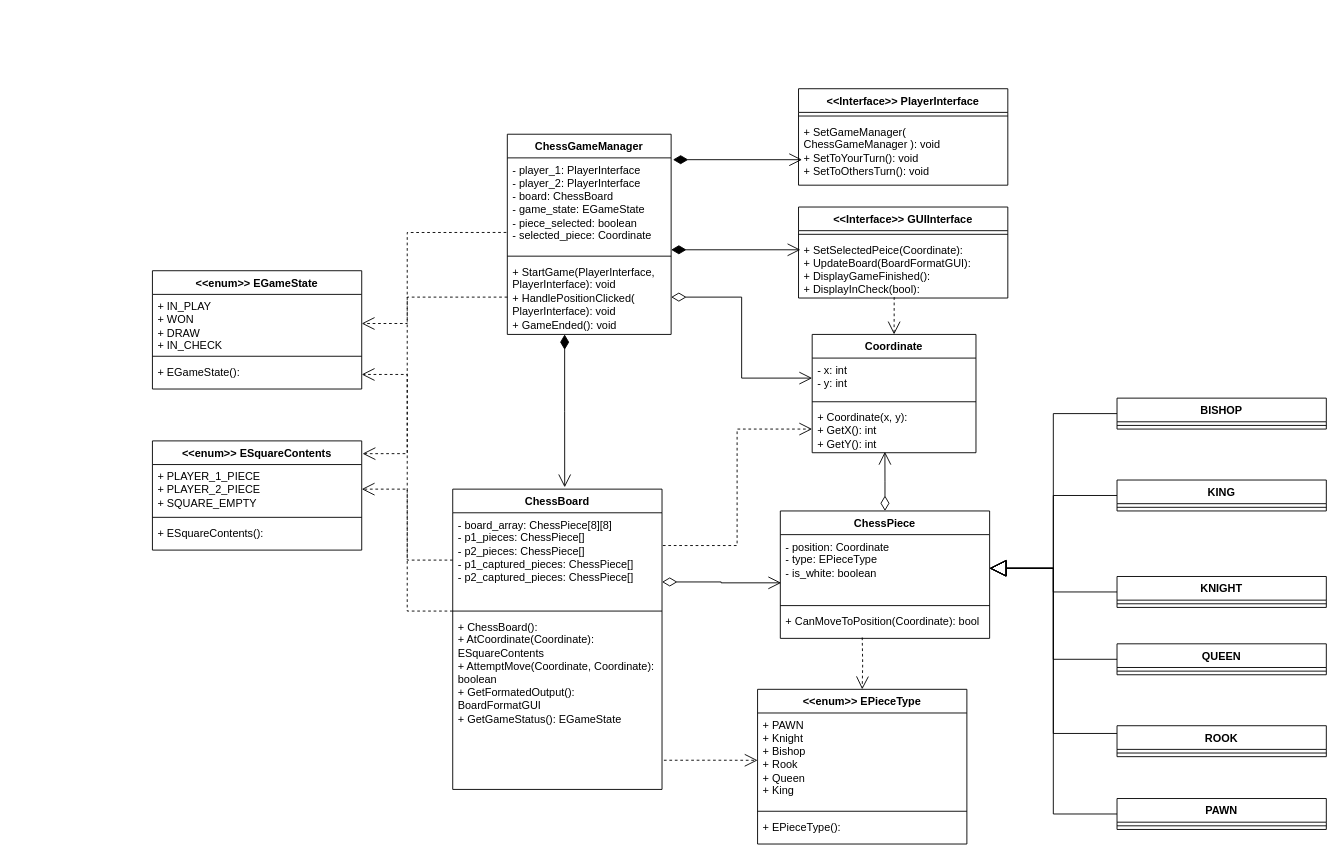
itspavit/GameLibrary keeps this draw.io diagram as Game Logic Team/documentation/Chess/P1_Chess_Class_diagram.drawio. Above is the earlier version. Source tidied: cells renumbered, new cells numbered last; positions are measured from the earlier drawing's top-left corner, leaving out a move shared by most shapes. Both pictures are drawn from the tidied source at 91%, with x=0, y=0 at pixel (152, 88).
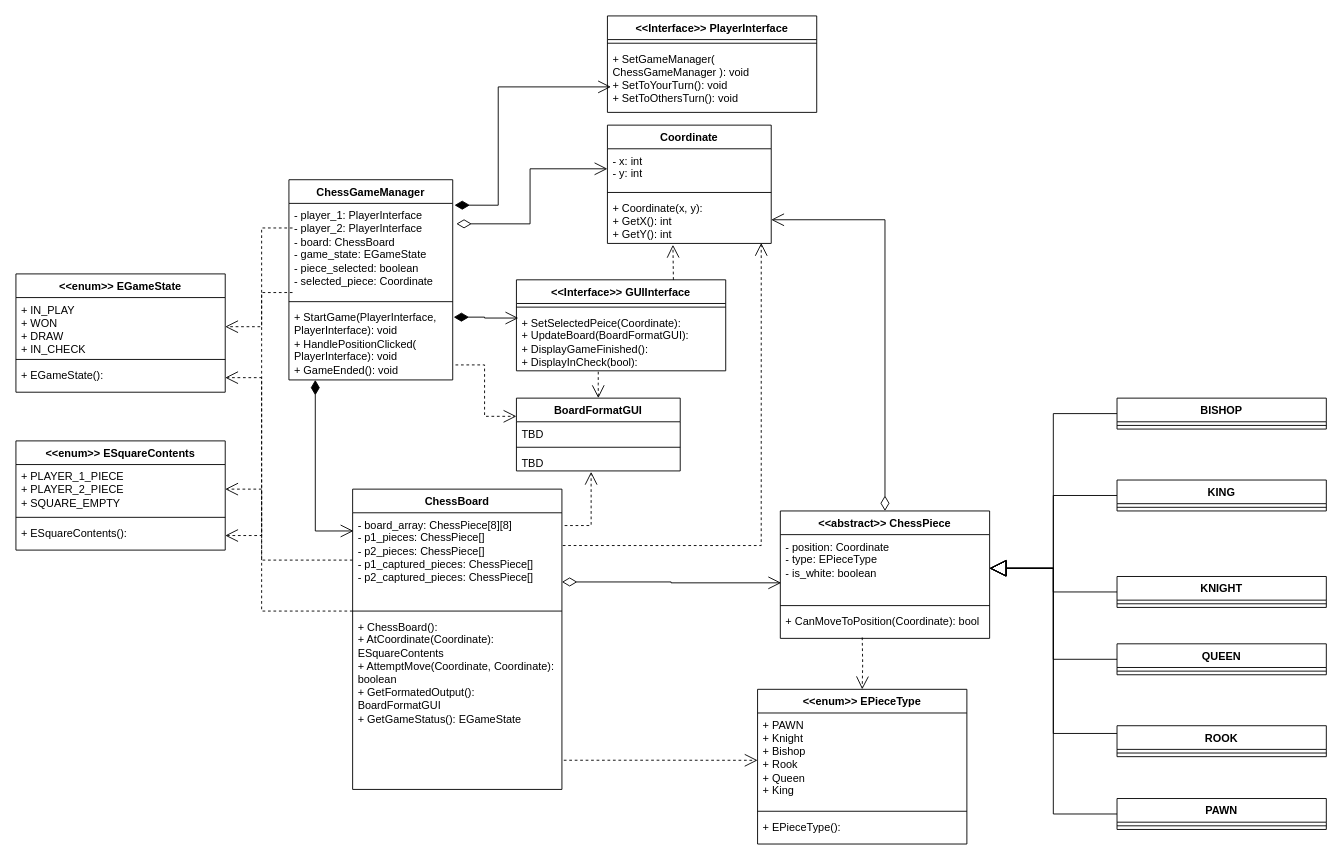
The same diagram, later.

Commit message (it also covers changes not shown here):
minor modifications to the Chess Class diagram

Unchanged cells that the change refers to:
```xml
<mxCell id="3" value="- player_1: PlayerInterface&lt;div&gt;- player_2: PlayerInterface&lt;/div&gt;&lt;div&gt;- board: ChessBoard&lt;/div&gt;&lt;div&gt;- game_state: EGameState&lt;/div&gt;&lt;div&gt;- piece_selected: boolean&lt;/div&gt;&lt;div&gt;- selected_piece: Coordinate&lt;/div&gt;" style="text;strokeColor=none;fillColor=none;align=left;verticalAlign=top;spacingLeft=4;spacingRight=4;overflow=hidden;points=[[0,0.5],[1,0.5]];portConstraint=eastwest;whiteSpace=wrap;html=1;" parent="2" vertex="1">
  <mxGeometry y="26" width="180" height="104" as="geometry" />
</mxCell>
<mxCell id="5" value="+ StartGame(PlayerInterface, PlayerInterface): void&lt;div&gt;+ HandlePositionClicked( PlayerInterface): void&lt;/div&gt;&lt;div&gt;+ GameEnded(): void&lt;/div&gt;" style="text;strokeColor=none;fillColor=none;align=left;verticalAlign=top;spacingLeft=4;spacingRight=4;overflow=hidden;points=[[0,0.5],[1,0.5]];portConstraint=eastwest;whiteSpace=wrap;html=1;" parent="2" vertex="1">
  <mxGeometry y="138" width="180" height="82" as="geometry" />
</mxCell>
<mxCell id="7" value="+ IN_PLAY&lt;div&gt;+ WON&lt;/div&gt;&lt;div&gt;+ DRAW&lt;/div&gt;&lt;div&gt;+ IN_CHECK&lt;/div&gt;" style="text;strokeColor=none;fillColor=none;align=left;verticalAlign=top;spacingLeft=4;spacingRight=4;overflow=hidden;points=[[0,0.5],[1,0.5]];portConstraint=eastwest;whiteSpace=wrap;html=1;" parent="6" vertex="1">
  <mxGeometry y="26" width="230" height="64" as="geometry" />
</mxCell>
<mxCell id="9" value="+ EGameState():&lt;div&gt;&lt;br&gt;&lt;/div&gt;" style="text;strokeColor=none;fillColor=none;align=left;verticalAlign=top;spacingLeft=4;spacingRight=4;overflow=hidden;points=[[0,0.5],[1,0.5]];portConstraint=eastwest;whiteSpace=wrap;html=1;" parent="6" vertex="1">
  <mxGeometry y="98" width="230" height="32" as="geometry" />
</mxCell>
<mxCell id="12" value="+ SetGameManager( ChessGameManager ): void&lt;div&gt;+ SetToYourTurn(): void&lt;/div&gt;&lt;div&gt;+ SetToOthersTurn(): void&lt;br&gt;&lt;div&gt;&amp;nbsp;&lt;/div&gt;&lt;/div&gt;" style="text;strokeColor=none;fillColor=none;align=left;verticalAlign=top;spacingLeft=4;spacingRight=4;overflow=hidden;points=[[0,0.5],[1,0.5]];portConstraint=eastwest;whiteSpace=wrap;html=1;" parent="10" vertex="1">
  <mxGeometry y="34" width="230" height="72" as="geometry" />
</mxCell>
<mxCell id="15" value="+ SetSelectedPeice(Coordinate):&lt;span style=&quot;background-color: initial;&quot;&gt;&amp;nbsp;&lt;/span&gt;&lt;div&gt;+ UpdateBoard(BoardFormatGUI):&lt;/div&gt;&lt;div&gt;+ DisplayGameFinished():&lt;/div&gt;&lt;div&gt;+ DisplayInCheck(bool):&lt;/div&gt;" style="text;strokeColor=none;fillColor=none;align=left;verticalAlign=top;spacingLeft=4;spacingRight=4;overflow=hidden;points=[[0,0.5],[1,0.5]];portConstraint=eastwest;whiteSpace=wrap;html=1;" parent="13" vertex="1">
  <mxGeometry y="34" width="230" height="66" as="geometry" />
</mxCell>
<mxCell id="17" value="- board_array: ChessPiece[8][8]&lt;div&gt;- p1_pieces: ChessPiece[]&lt;/div&gt;&lt;div&gt;- p2_pieces: ChessPiece[]&lt;/div&gt;&lt;div&gt;- p1_captured_pieces: ChessPiece[]&lt;/div&gt;&lt;div&gt;- p2_captured_pieces: ChessPiece[]&lt;/div&gt;" style="text;strokeColor=none;fillColor=none;align=left;verticalAlign=top;spacingLeft=4;spacingRight=4;overflow=hidden;points=[[0,0.5],[1,0.5]];portConstraint=eastwest;whiteSpace=wrap;html=1;" parent="16" vertex="1">
  <mxGeometry y="26" width="230" height="104" as="geometry" />
</mxCell>
<mxCell id="18" style="line;strokeWidth=1;fillColor=none;align=left;verticalAlign=middle;spacingTop=-1;spacingLeft=3;spacingRight=3;labelPosition=right;points=[];portConstraint=eastwest;strokeColor=inherit;" parent="16" vertex="1">
  <mxGeometry y="130" width="230" height="8" as="geometry" />
</mxCell>
<mxCell id="21" value="+ PLAYER_1_PIECE&lt;div&gt;+ PLAYER_2_PIECE&lt;/div&gt;&lt;div&gt;+ SQUARE_EMPTY&lt;/div&gt;" style="text;strokeColor=none;fillColor=none;align=left;verticalAlign=top;spacingLeft=4;spacingRight=4;overflow=hidden;points=[[0,0.5],[1,0.5]];portConstraint=eastwest;whiteSpace=wrap;html=1;" parent="20" vertex="1">
  <mxGeometry y="26" width="230" height="54" as="geometry" />
</mxCell>
<mxCell id="23" value="&lt;div&gt;+ ESquareContents():&lt;/div&gt;" style="text;strokeColor=none;fillColor=none;align=left;verticalAlign=top;spacingLeft=4;spacingRight=4;overflow=hidden;points=[[0,0.5],[1,0.5]];portConstraint=eastwest;whiteSpace=wrap;html=1;" parent="20" vertex="1">
  <mxGeometry y="88" width="230" height="32" as="geometry" />
</mxCell>
<mxCell id="25" value="- x: int&lt;div&gt;- y: int&lt;/div&gt;" style="text;strokeColor=none;fillColor=none;align=left;verticalAlign=top;spacingLeft=4;spacingRight=4;overflow=hidden;points=[[0,0.5],[1,0.5]];portConstraint=eastwest;whiteSpace=wrap;html=1;" parent="24" vertex="1">
  <mxGeometry y="26" width="180" height="44" as="geometry" />
</mxCell>
<mxCell id="27" value="+ Coordinate(x, y):&lt;div&gt;+ GetX(): int&lt;/div&gt;&lt;div&gt;+ GetY(): int&lt;/div&gt;" style="text;strokeColor=none;fillColor=none;align=left;verticalAlign=top;spacingLeft=4;spacingRight=4;overflow=hidden;points=[[0,0.5],[1,0.5]];portConstraint=eastwest;whiteSpace=wrap;html=1;" parent="24" vertex="1">
  <mxGeometry y="78" width="180" height="52" as="geometry" />
</mxCell>
```

What changed in the source:
```diff
@@
     <mxCell id="2" value="ChessGameManager" style="swimlane;fontStyle=1;align=center;verticalAlign=top;horizontal=1;startSize=26;whiteSpace=wrap;html=1;" parent="1" vertex="1">
-      <mxGeometry x="390" y="50" width="180" height="220" as="geometry" />
+      <mxGeometry x="150" y="100" width="180" height="220" as="geometry" />
     </mxCell>
@@
     <mxCell id="6" value="&amp;lt;&amp;lt;enum&amp;gt;&amp;gt; EGameState" style="swimlane;fontStyle=1;align=center;verticalAlign=top;horizontal=1;startSize=26;whiteSpace=wrap;html=1;" parent="1" vertex="1">
-      <mxGeometry y="200" width="230" height="130" as="geometry" />
+      <mxGeometry x="-150" y="203.5" width="230" height="130" as="geometry" />
     </mxCell>
@@
     <mxCell id="10" value="&amp;lt;&amp;lt;Interface&amp;gt;&amp;gt; PlayerInterface" style="swimlane;fontStyle=1;align=center;verticalAlign=top;horizontal=1;startSize=26;whiteSpace=wrap;html=1;" parent="1" vertex="1">
-      <mxGeometry x="710" width="230" height="106" as="geometry" />
+      <mxGeometry x="500" y="-80" width="230" height="106" as="geometry" />
     </mxCell>
@@
     <mxCell id="13" value="&amp;lt;&amp;lt;Interface&amp;gt;&amp;gt; GUIInterface" style="swimlane;fontStyle=1;align=center;verticalAlign=top;horizontal=1;startSize=26;whiteSpace=wrap;html=1;" parent="1" vertex="1">
-      <mxGeometry x="710" y="130" width="230" height="100" as="geometry" />
+      <mxGeometry x="400" y="210" width="230" height="100" as="geometry" />
     </mxCell>
@@
     <mxCell id="16" value="ChessBoard" style="swimlane;fontStyle=1;align=center;verticalAlign=top;horizontal=1;startSize=26;whiteSpace=wrap;html=1;" parent="1" vertex="1">
-      <mxGeometry x="330" y="440" width="230" height="330" as="geometry" />
+      <mxGeometry x="220" y="440" width="230" height="330" as="geometry" />
     </mxCell>
@@
     <mxCell id="20" value="&amp;lt;&amp;lt;enum&amp;gt;&amp;gt; ESquareContents" style="swimlane;fontStyle=1;align=center;verticalAlign=top;horizontal=1;startSize=26;whiteSpace=wrap;html=1;" parent="1" vertex="1">
-      <mxGeometry y="387" width="230" height="120" as="geometry" />
+      <mxGeometry x="-150" y="387" width="230" height="120" as="geometry" />
     </mxCell>
@@
     <mxCell id="24" value="Coordinate" style="swimlane;fontStyle=1;align=center;verticalAlign=top;horizontal=1;startSize=26;whiteSpace=wrap;html=1;" parent="1" vertex="1">
-      <mxGeometry x="725" y="270" width="180" height="130" as="geometry" />
+      <mxGeometry x="500" y="40" width="180" height="130" as="geometry" />
     </mxCell>
@@
-    <mxCell id="28" value="ChessPiece" style="swimlane;fontStyle=1;align=center;verticalAlign=top;horizontal=1;startSize=26;whiteSpace=wrap;html=1;" parent="1" vertex="1">
+    <mxCell id="28" value="&amp;lt;&amp;lt;abstract&amp;gt;&amp;gt; ChessPiece" style="swimlane;fontStyle=1;align=center;verticalAlign=top;horizontal=1;startSize=26;whiteSpace=wrap;html=1;" parent="1" vertex="1">
       <mxGeometry x="690" y="464" width="230" height="140" as="geometry" />
     </mxCell>
@@
-    <mxCell id="48" style="endArrow=open;html=1;endSize=12;startArrow=diamondThin;startSize=14;startFill=1;align=left;verticalAlign=bottom;rounded=0;exitX=1;exitY=0.971;exitDx=0;exitDy=0;entryX=0.009;entryY=0.197;entryDx=0;entryDy=0;exitPerimeter=0;edgeStyle=orthogonalEdgeStyle;entryPerimeter=0;" parent="1" edge="1" source="3" target="15">
+    <mxCell id="48" style="endArrow=open;html=1;endSize=12;startArrow=diamondThin;startSize=14;startFill=1;align=left;verticalAlign=bottom;rounded=0;exitX=1.006;exitY=0.159;exitDx=0;exitDy=0;entryX=0.009;entryY=0.121;entryDx=0;entryDy=0;exitPerimeter=0;edgeStyle=orthogonalEdgeStyle;entryPerimeter=0;" parent="1" edge="1" source="5" target="15">
       <mxGeometry x="-0.19" y="44" relative="1" as="geometry" />
     </mxCell>
-    <mxCell id="49" style="endArrow=open;html=1;endSize=12;startArrow=diamondThin;startSize=14;startFill=1;align=left;verticalAlign=bottom;rounded=0;exitX=1.011;exitY=0.019;exitDx=0;exitDy=0;exitPerimeter=0;entryX=0.017;entryY=0.611;entryDx=0;entryDy=0;edgeStyle=orthogonalEdgeStyle;entryPerimeter=0;" parent="1" edge="1" source="3" target="12">
-      <mxGeometry x="-0.19" y="44" relative="1" as="geometry" />
+    <mxCell id="49" style="endArrow=open;html=1;endSize=12;startArrow=diamondThin;startSize=14;startFill=1;align=left;verticalAlign=bottom;rounded=0;exitX=1.011;exitY=0.019;exitDx=0;exitDy=0;exitPerimeter=0;entryX=0.017;entryY=0.611;entryDx=0;entryDy=0;entryPerimeter=0;edgeStyle=orthogonalEdgeStyle;" parent="1" edge="1" source="3" target="12">
+      <mxGeometry x="-0.19" y="44" relative="1" as="geometry">
+        <Array as="points">
+          <mxPoint x="380" y="128" />
+          <mxPoint x="380" y="-2" />
+        </Array>
+      </mxGeometry>
     </mxCell>
-    <mxCell id="50" style="endArrow=open;html=1;endSize=12;startArrow=diamondThin;startSize=14;startFill=1;align=left;verticalAlign=bottom;rounded=0;exitX=0.35;exitY=1;exitDx=0;exitDy=0;exitPerimeter=0;entryX=0.535;entryY=-0.006;entryDx=0;entryDy=0;edgeStyle=orthogonalEdgeStyle;entryPerimeter=0;" parent="1" edge="1" source="5" target="16">
-      <mxGeometry x="-0.19" y="44" relative="1" as="geometry" />
-    </mxCell>
@@
-    <mxCell id="60" style="endArrow=open;html=1;endSize=12;startArrow=diamondThin;startSize=14;startFill=0;edgeStyle=orthogonalEdgeStyle;align=left;verticalAlign=bottom;rounded=0;exitX=0.5;exitY=0;exitDx=0;exitDy=0;entryX=0.444;entryY=0.981;entryDx=0;entryDy=0;entryPerimeter=0;" parent="1" edge="1" source="28" target="27">
-      <mxGeometry x="-1" y="3" relative="1" as="geometry" />
-    </mxCell>
-    <mxCell id="61" style="endArrow=open;html=1;endSize=12;startArrow=diamondThin;startSize=14;startFill=0;edgeStyle=orthogonalEdgeStyle;align=left;verticalAlign=bottom;rounded=0;exitX=1;exitY=0.5;exitDx=0;exitDy=0;entryX=0;entryY=0.5;entryDx=0;entryDy=0;" parent="1" edge="1" source="5" target="25">
+    <mxCell id="61" style="endArrow=open;html=1;endSize=12;startArrow=diamondThin;startSize=14;startFill=0;align=left;verticalAlign=bottom;rounded=0;exitX=1.022;exitY=0.216;exitDx=0;exitDy=0;entryX=0;entryY=0.5;entryDx=0;entryDy=0;edgeStyle=orthogonalEdgeStyle;exitPerimeter=0;" parent="1" edge="1" source="3" target="25">
       <mxGeometry x="-1" y="3" relative="1" as="geometry" />
     </mxCell>
-    <mxCell id="62" style="endArrow=open;endSize=12;dashed=1;html=1;rounded=0;exitX=1.004;exitY=0.346;exitDx=0;exitDy=0;entryX=0;entryY=0.5;entryDx=0;entryDy=0;edgeStyle=orthogonalEdgeStyle;exitPerimeter=0;" parent="1" edge="1" source="17" target="27">
+    <mxCell id="62" style="endArrow=open;endSize=12;dashed=1;html=1;rounded=0;exitX=1.004;exitY=0.346;exitDx=0;exitDy=0;entryX=0.939;entryY=0.99;entryDx=0;entryDy=0;edgeStyle=orthogonalEdgeStyle;exitPerimeter=0;entryPerimeter=0;" parent="1" edge="1" source="17" target="27">
       <mxGeometry relative="1" as="geometry" />
     </mxCell>
-    <mxCell id="63" style="endArrow=open;endSize=12;dashed=1;html=1;rounded=0;exitX=0.457;exitY=0.985;exitDx=0;exitDy=0;entryX=0.5;entryY=0;entryDx=0;entryDy=0;edgeStyle=orthogonalEdgeStyle;exitPerimeter=0;" parent="1" edge="1" source="15" target="24">
-      <mxGeometry relative="1" as="geometry" />
-    </mxCell>
-    <mxCell id="64" style="endArrow=open;endSize=12;dashed=1;html=1;rounded=0;exitX=-0.006;exitY=0.788;exitDx=0;exitDy=0;entryX=1.004;entryY=0.117;entryDx=0;entryDy=0;edgeStyle=orthogonalEdgeStyle;exitPerimeter=0;entryPerimeter=0;" parent="1" edge="1" source="3" target="20">
-      <mxGeometry relative="1" as="geometry">
-        <Array as="points">
-          <mxPoint x="280" y="158" />
-          <mxPoint x="280" y="401" />
-        </Array>
-      </mxGeometry>
-    </mxCell>
     <mxCell id="65" style="endArrow=open;endSize=12;dashed=1;html=1;rounded=0;exitX=0;exitY=0.5;exitDx=0;exitDy=0;edgeStyle=orthogonalEdgeStyle;entryX=1;entryY=0.5;entryDx=0;entryDy=0;" parent="1" edge="1" source="17" target="9">
-      <mxGeometry relative="1" as="geometry" />
+      <mxGeometry relative="1" as="geometry">
+        <Array as="points">
+          <mxPoint x="120" y="518" />
+          <mxPoint x="120" y="318" />
+        </Array>
+      </mxGeometry>
     </mxCell>
     <mxCell id="66" style="endArrow=open;endSize=12;dashed=1;html=1;rounded=0;edgeStyle=orthogonalEdgeStyle;entryX=1;entryY=0.5;entryDx=0;entryDy=0;" parent="1" edge="1" source="18" target="21">
-      <mxGeometry relative="1" as="geometry" />
+      <mxGeometry relative="1" as="geometry">
+        <Array as="points">
+          <mxPoint x="120" y="574" />
+          <mxPoint x="120" y="440" />
+        </Array>
+      </mxGeometry>
     </mxCell>
-    <mxCell id="67" style="endArrow=open;endSize=12;dashed=1;html=1;rounded=0;edgeStyle=orthogonalEdgeStyle;entryX=1;entryY=0.5;entryDx=0;entryDy=0;exitX=0;exitY=0.5;exitDx=0;exitDy=0;" parent="1" edge="1" source="5" target="7">
-      <mxGeometry relative="1" as="geometry">
-        <Array as="points">
-          <mxPoint x="280" y="229" />
-          <mxPoint x="280" y="258" />
-        </Array>
-      </mxGeometry>
-    </mxCell>
+    <mxCell id="68" value="BoardFormatGUI" style="swimlane;fontStyle=1;align=center;verticalAlign=top;horizontal=1;startSize=26;whiteSpace=wrap;html=1;" parent="1" vertex="1">
+      <mxGeometry x="400" y="340" width="180" height="80" as="geometry" />
+    </mxCell>
+    <mxCell id="69" value="TBD" style="text;strokeColor=none;fillColor=none;align=left;verticalAlign=top;spacingLeft=4;spacingRight=4;overflow=hidden;whiteSpace=wrap;html=1;" parent="68" vertex="1">
+      <mxGeometry y="26" width="180" height="24" as="geometry" />
+    </mxCell>
+    <mxCell id="70" style="line;strokeWidth=1;fillColor=none;align=left;verticalAlign=middle;spacingTop=-1;spacingLeft=3;spacingRight=3;labelPosition=right;strokeColor=inherit;" parent="68" vertex="1">
+      <mxGeometry y="50" width="180" height="8" as="geometry" />
+    </mxCell>
+    <mxCell id="71" value="TBD" style="text;strokeColor=none;fillColor=none;align=left;verticalAlign=top;spacingLeft=4;spacingRight=4;overflow=hidden;points=[[0,0.5],[1,0.5]];portConstraint=eastwest;whiteSpace=wrap;html=1;" parent="68" vertex="1">
+      <mxGeometry y="58" width="180" height="22" as="geometry" />
+    </mxCell>
+    <mxCell id="72" style="endArrow=open;endSize=12;dashed=1;html=1;rounded=0;exitX=0.75;exitY=0;exitDx=0;exitDy=0;entryX=0.4;entryY=1.029;entryDx=0;entryDy=0;entryPerimeter=0;" parent="1" edge="1" source="13" target="27">
+      <mxGeometry relative="1" as="geometry" />
+    </mxCell>
+    <mxCell id="73" style="endArrow=open;endSize=12;dashed=1;html=1;rounded=0;exitX=1.017;exitY=0.799;exitDx=0;exitDy=0;entryX=0;entryY=0.25;entryDx=0;entryDy=0;edgeStyle=orthogonalEdgeStyle;exitPerimeter=0;" parent="1" edge="1" source="5" target="68">
+      <mxGeometry relative="1" as="geometry" />
+    </mxCell>
+    <mxCell id="74" style="endArrow=open;endSize=12;dashed=1;html=1;rounded=0;exitX=1.013;exitY=0.135;exitDx=0;exitDy=0;exitPerimeter=0;entryX=0.456;entryY=1.045;entryDx=0;entryDy=0;entryPerimeter=0;edgeStyle=orthogonalEdgeStyle;" parent="1" edge="1" source="17" target="71">
+      <mxGeometry relative="1" as="geometry" />
+    </mxCell>
+    <mxCell id="75" style="endArrow=open;endSize=12;dashed=1;html=1;rounded=0;entryX=0.5;entryY=0;entryDx=0;entryDy=0;exitX=0.391;exitY=1.015;exitDx=0;exitDy=0;exitPerimeter=0;edgeStyle=orthogonalEdgeStyle;" parent="1" edge="1" source="15" target="68">
+      <mxGeometry relative="1" as="geometry" />
+    </mxCell>
+    <mxCell id="76" style="endArrow=open;endSize=12;dashed=1;html=1;rounded=0;exitX=0.022;exitY=0.26;exitDx=0;exitDy=0;entryX=1;entryY=0.5;entryDx=0;entryDy=0;edgeStyle=orthogonalEdgeStyle;exitPerimeter=0;" parent="1" edge="1" source="3" target="7">
+      <mxGeometry relative="1" as="geometry">
+        <Array as="points">
+          <mxPoint x="120" y="153" />
+          <mxPoint x="120" y="262" />
+        </Array>
+      </mxGeometry>
+    </mxCell>
+    <mxCell id="77" style="endArrow=open;endSize=12;dashed=1;html=1;rounded=0;exitX=0.022;exitY=0.942;exitDx=0;exitDy=0;entryX=1;entryY=0.5;entryDx=0;entryDy=0;edgeStyle=orthogonalEdgeStyle;exitPerimeter=0;" parent="1" edge="1" source="3" target="23">
+      <mxGeometry relative="1" as="geometry">
+        <Array as="points">
+          <mxPoint x="120" y="224" />
+          <mxPoint x="120" y="491" />
+        </Array>
+      </mxGeometry>
+    </mxCell>
+    <mxCell id="78" style="endArrow=open;html=1;endSize=12;startArrow=diamondThin;startSize=14;startFill=1;edgeStyle=orthogonalEdgeStyle;align=left;verticalAlign=bottom;rounded=0;exitX=0.161;exitY=1;exitDx=0;exitDy=0;exitPerimeter=0;entryX=0.004;entryY=0.192;entryDx=0;entryDy=0;entryPerimeter=0;" parent="1" edge="1" source="5" target="17">
+      <mxGeometry x="-1" y="3" relative="1" as="geometry" />
+    </mxCell>
+    <mxCell id="60" style="endArrow=open;html=1;endSize=12;startArrow=diamondThin;startSize=14;startFill=0;align=left;verticalAlign=bottom;rounded=0;exitX=0.5;exitY=0;exitDx=0;exitDy=0;entryX=1;entryY=0.5;entryDx=0;entryDy=0;edgeStyle=orthogonalEdgeStyle;" parent="1" edge="1" source="28" target="27">
+      <mxGeometry x="-1" y="3" relative="1" as="geometry" />
+    </mxCell>
```
